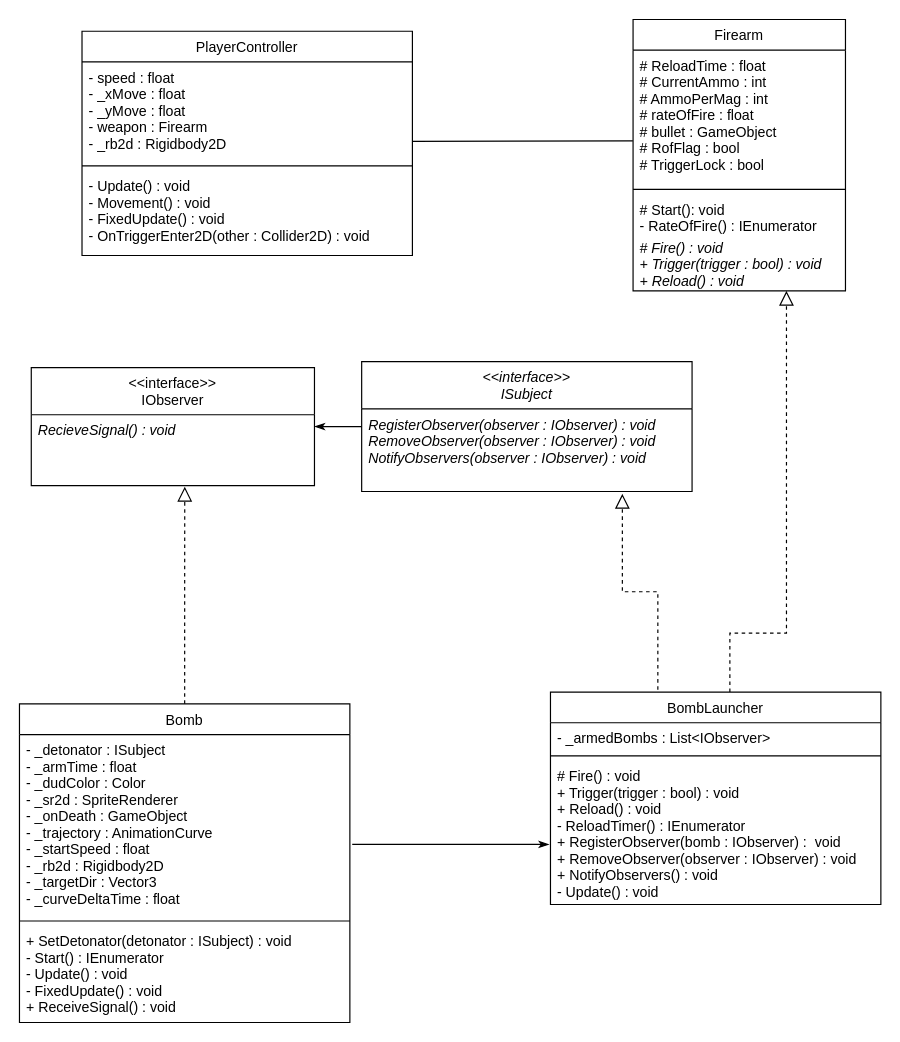
Above: UML Sheets/Assignment_03_UML_diagram_ncover.drawio in ncover99/CIS-491-assignment-1 (draw.io), before the change. Source tidied: cells renumbered, new cells numbered last; positions are measured from the earlier drawing's top-left corner, leaving out a move shared by most shapes. Both pictures are drawn from the tidied source at 118%, with x=0, y=0 at pixel (19, 19).
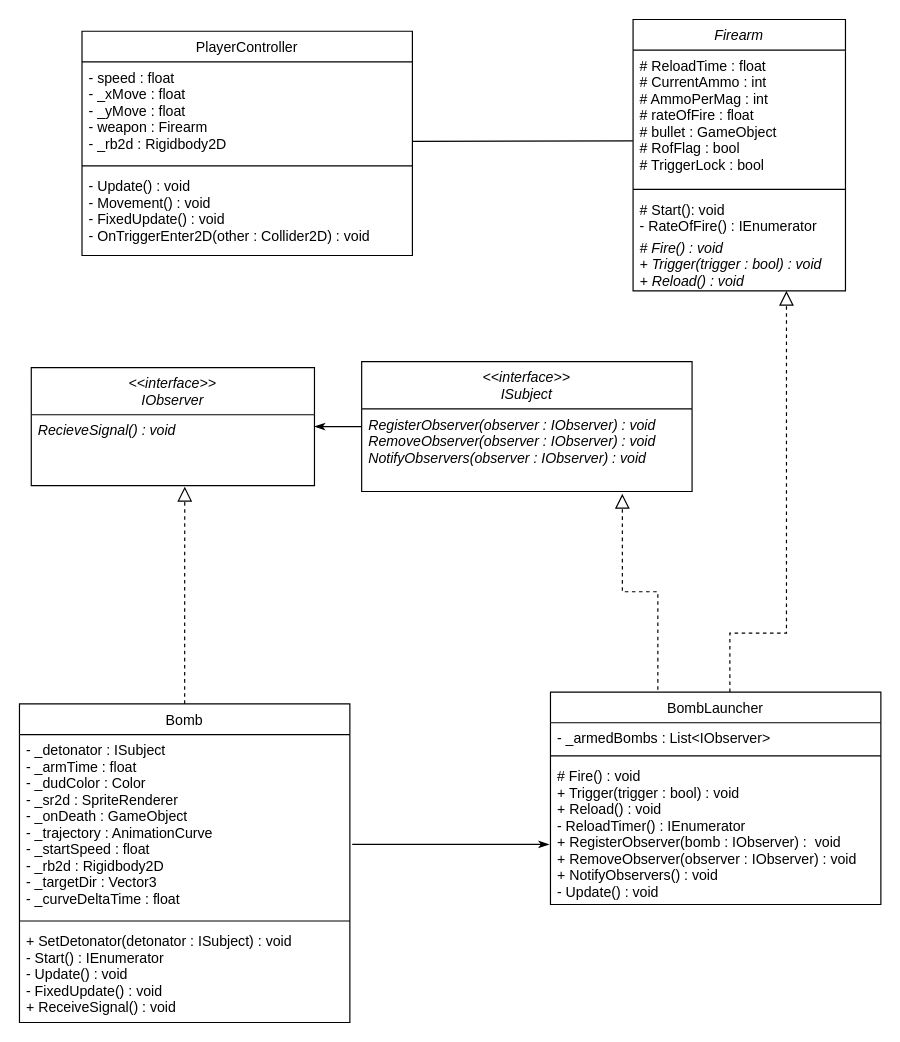
Above is the later version.

Commit message:
updated UML diagram

The edit, as a diff of the source:
```diff
@@
-    <mxCell id="4" value="&lt;&lt;interface&gt;&gt;&#10;IObserver" style="swimlane;fontStyle=0;align=center;verticalAlign=top;horizontal=1;startSize=40;rounded=0;shadow=0;strokeWidth=1;" parent="1" vertex="1">
+    <mxCell id="4" value="&lt;&lt;interface&gt;&gt;&#10;IObserver" style="swimlane;fontStyle=2;align=center;verticalAlign=top;horizontal=1;startSize=40;rounded=0;shadow=0;strokeWidth=1;" parent="1" vertex="1">
       <mxGeometry x="10" y="295" width="240" height="100" as="geometry" />
     </mxCell>
@@
-    <mxCell id="7" value="Firearm" style="swimlane;fontStyle=0;align=center;verticalAlign=top;horizontal=1;startSize=26;rounded=0;shadow=0;strokeWidth=1;" parent="1" vertex="1">
+    <mxCell id="7" value="Firearm" style="swimlane;fontStyle=2;align=center;verticalAlign=top;horizontal=1;startSize=26;rounded=0;shadow=0;strokeWidth=1;" parent="1" vertex="1">
       <mxGeometry x="520" width="180" height="230" as="geometry" />
     </mxCell>
```
